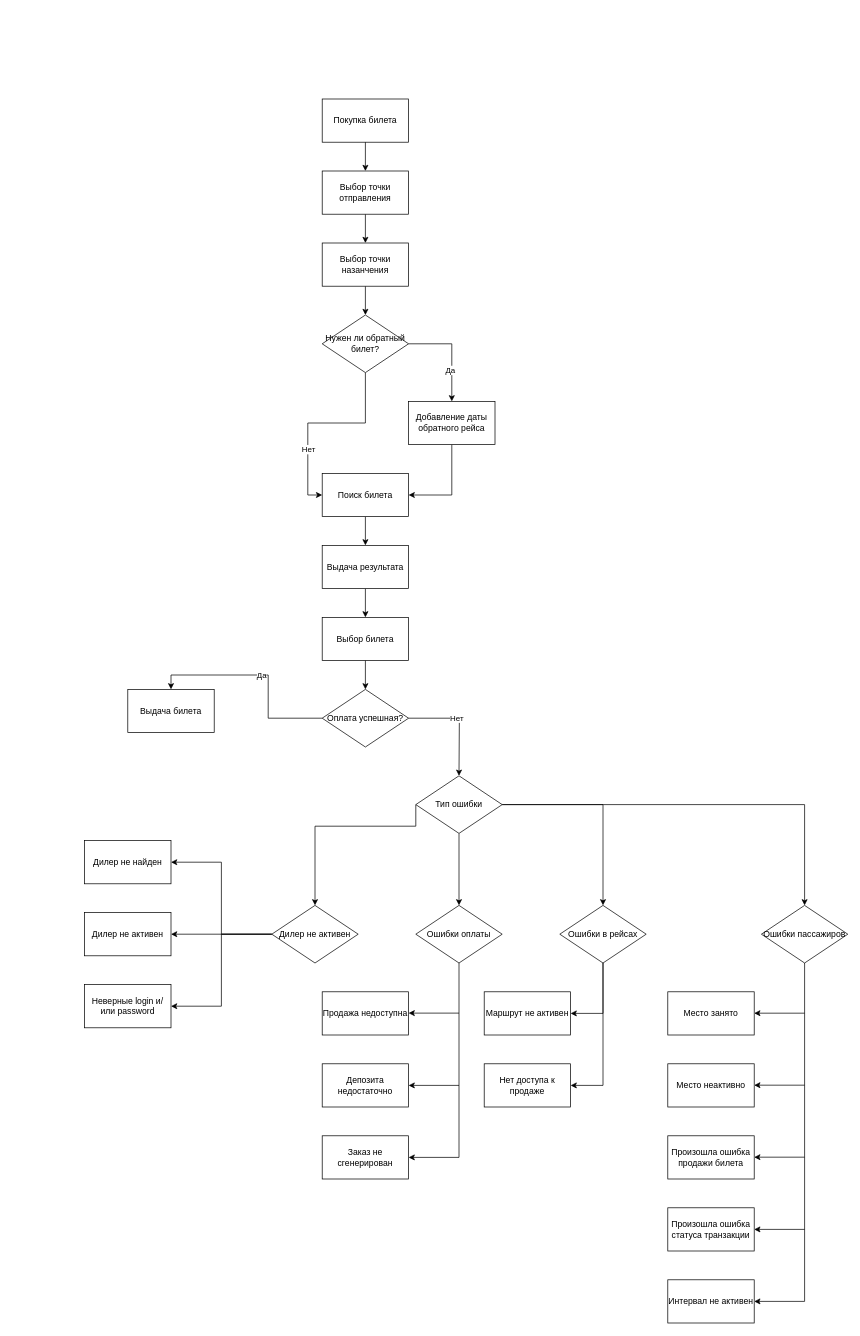
The draw.io diagram Untitled Diagram.drawio in fedyuchuktimothey/INFOBUS, before the edit. Source tidied: cells renumbered, new cells numbered last; positions are measured from the earlier drawing's top-left corner, leaving out a move shared by most shapes. Both pictures are drawn from the tidied source at 72%, with x=0, y=0 at pixel (84, 99).
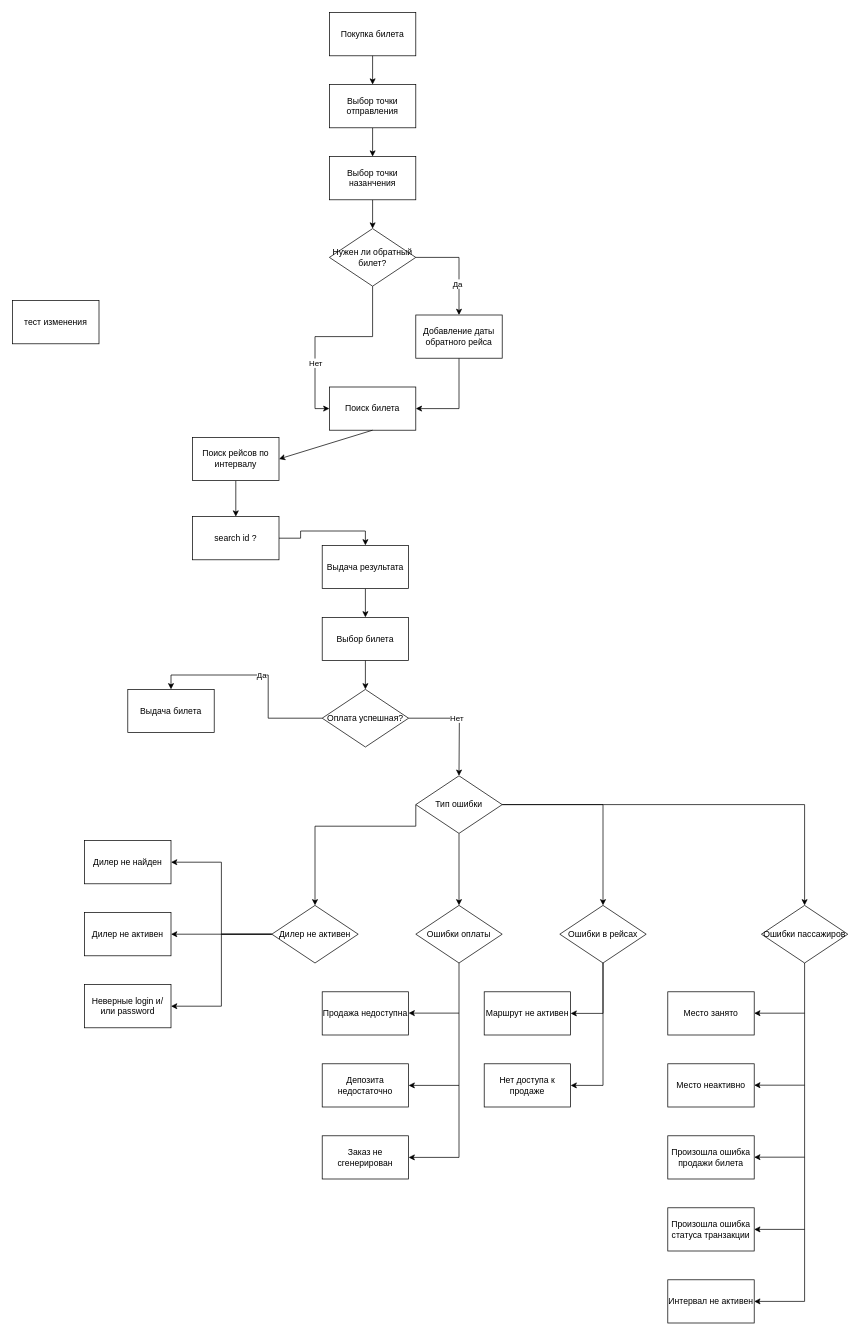
After the change.

The change refers to these unchanged cells:
```xml
<mxCell id="18" value="Выдача результата" style="rounded=0;whiteSpace=wrap;html=1;" parent="1" vertex="1">
  <mxGeometry x="330" y="620" width="120" height="60" as="geometry" />
</mxCell>
```

The edit, as a diff of the source:
```diff
@@
     <mxCell id="2" value="Покупка билета" style="rounded=0;whiteSpace=wrap;html=1;" parent="1" vertex="1">
-      <mxGeometry x="330" width="120" height="60" as="geometry" />
+      <mxGeometry x="340" y="-120" width="120" height="60" as="geometry" />
     </mxCell>
@@
     <mxCell id="4" value="Выбор точки отправления" style="rounded=0;whiteSpace=wrap;html=1;" parent="1" vertex="1">
-      <mxGeometry x="330" y="100" width="120" height="60" as="geometry" />
+      <mxGeometry x="340" y="-20" width="120" height="60" as="geometry" />
     </mxCell>
@@
     <mxCell id="7" value="Выбор точки назанчения" style="rounded=0;whiteSpace=wrap;html=1;" parent="1" vertex="1">
-      <mxGeometry x="330" y="200" width="120" height="60" as="geometry" />
+      <mxGeometry x="340" y="80" width="120" height="60" as="geometry" />
     </mxCell>
@@
     <mxCell id="12" value="Нужен ли обратный билет?" style="rhombus;whiteSpace=wrap;html=1;rounded=0;" parent="1" vertex="1">
-      <mxGeometry x="330" y="300" width="120" height="80" as="geometry" />
+      <mxGeometry x="340" y="180" width="120" height="80" as="geometry" />
     </mxCell>
@@
     <mxCell id="14" value="Добавление даты обратного рейса" style="rounded=0;whiteSpace=wrap;html=1;" parent="1" vertex="1">
-      <mxGeometry x="450" y="420" width="120" height="60" as="geometry" />
+      <mxGeometry x="460" y="300" width="120" height="60" as="geometry" />
     </mxCell>
-    <mxCell id="15" style="edgeStyle=orthogonalEdgeStyle;rounded=0;jettySize=auto;html=1;entryX=0.5;entryY=0;entryDx=0;entryDy=0;" parent="1" edge="1" source="16" target="18">
-      <mxGeometry relative="1" as="geometry" />
-    </mxCell>
     <mxCell id="16" value="Поиск билета" style="rounded=0;whiteSpace=wrap;html=1;" parent="1" vertex="1">
-      <mxGeometry x="330" y="520" width="120" height="60" as="geometry" />
+      <mxGeometry x="340" y="400" width="120" height="60" as="geometry" />
     </mxCell>
@@
+    <mxCell id="64" style="edgeStyle=orthogonalEdgeStyle;rounded=0;jettySize=auto;html=1;entryX=0.5;entryY=0;entryDx=0;entryDy=0;" parent="1" edge="1" source="65" target="67">
+      <mxGeometry relative="1" as="geometry" />
+    </mxCell>
+    <mxCell id="65" value="Поиск рейсов по интервалу" style="rounded=0;whiteSpace=wrap;html=1;" parent="1" vertex="1">
+      <mxGeometry x="150" y="470" width="120" height="60" as="geometry" />
+    </mxCell>
+    <mxCell id="66" style="edgeStyle=orthogonalEdgeStyle;rounded=0;jettySize=auto;html=1;entryX=0.5;entryY=0;entryDx=0;entryDy=0;" parent="1" edge="1" source="67" target="18">
+      <mxGeometry relative="1" as="geometry" />
+    </mxCell>
+    <mxCell id="67" value="search id ?" style="rounded=0;whiteSpace=wrap;html=1;" parent="1" vertex="1">
+      <mxGeometry x="150" y="580" width="120" height="60" as="geometry" />
+    </mxCell>
+    <mxCell id="68" style="endArrow=classic;html=1;rounded=0;exitX=0.5;exitY=1;exitDx=0;exitDy=0;entryX=1;entryY=0.5;entryDx=0;entryDy=0;" parent="1" edge="1" source="16" target="65">
+      <mxGeometry relative="1" as="geometry" />
+    </mxCell>
+    <mxCell id="69" value="тест изменения" style="rounded=0;whiteSpace=wrap;html=1;" parent="1" vertex="1">
+      <mxGeometry x="-100" y="280" width="120" height="60" as="geometry" />
+    </mxCell>
```
